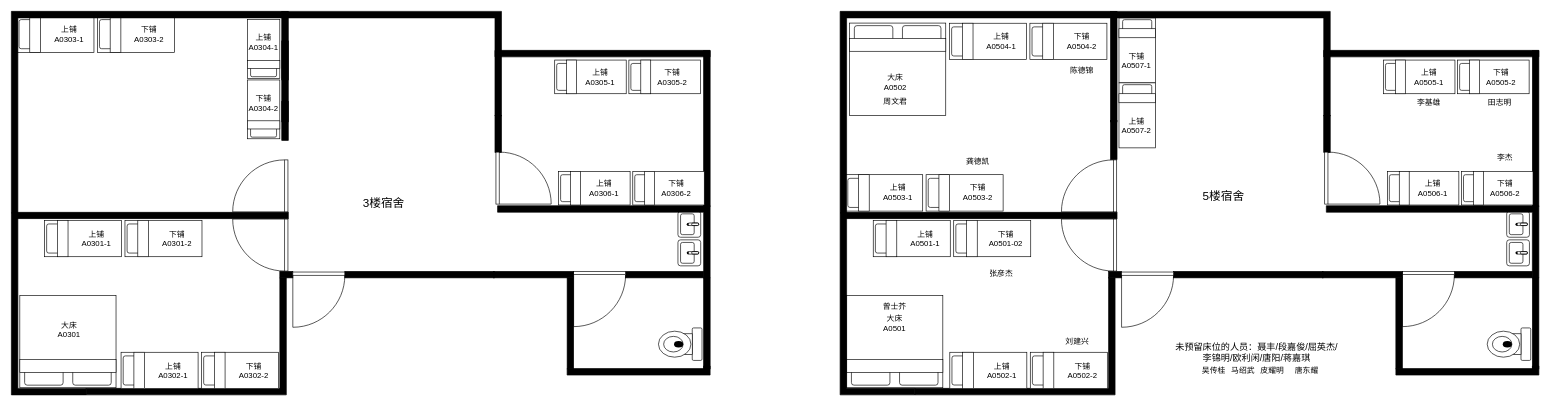
Above: data/宿舍.drawio in chenyanxi/hosts (draw.io), before the change. Source tidied: cells renumbered, new cells numbered last; positions are measured from the earlier drawing's top-left corner, leaving out a move shared by most shapes. Both pictures are drawn from the tidied source at 65%, with x=0, y=0 at pixel (11, -5).
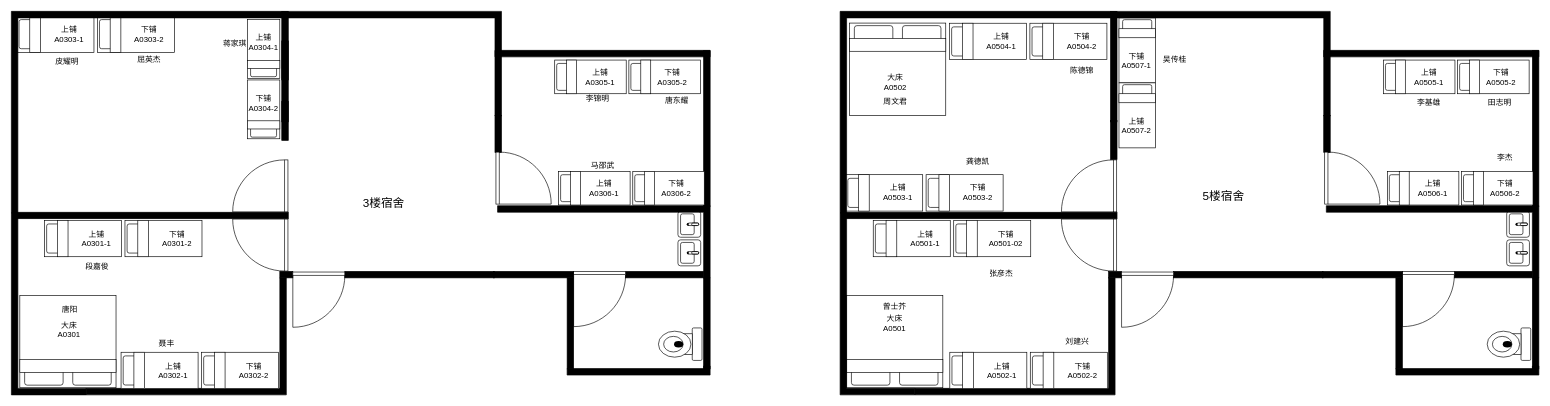
After the change.

The edit, as a diff of the source:
```diff
@@
     <mxCell id="121" value="吴传桂" style="text;html=1;align=center;verticalAlign=middle;whiteSpace=wrap;rounded=0;" parent="1" vertex="1">
-      <mxGeometry x="1820" y="561.5" width="60" height="30" as="geometry" />
+      <mxGeometry x="1760" y="84" width="60" height="30" as="geometry" />
     </mxCell>
@@
-    <mxCell id="125" value="&lt;font style=&quot;font-size: 14px;&quot;&gt;未预留床位的人员：聂丰/段嘉俊/屈英杰/李锦明/欧利闲/唐阳/蒋嘉琪&lt;/font&gt;" style="text;html=1;align=center;verticalAlign=middle;whiteSpace=wrap;rounded=0;" parent="1" vertex="1">
-      <mxGeometry x="1788" y="521.5" width="255.5" height="52.5" as="geometry" />
-    </mxCell>
+    <mxCell id="129" value="段嘉俊" style="text;whiteSpace=wrap;" parent="1" vertex="1">
+      <mxGeometry x="112.2" y="403" width="70" height="40" as="geometry" />
+    </mxCell>
+    <mxCell id="130" value="聂丰" style="text;whiteSpace=wrap;" parent="1" vertex="1">
+      <mxGeometry x="224.8" y="521.5" width="60" height="40" as="geometry" />
+    </mxCell>
+    <mxCell id="131" value="唐阳" style="text;whiteSpace=wrap;" parent="1" vertex="1">
+      <mxGeometry x="76.2" y="469" width="60" height="40" as="geometry" />
+    </mxCell>
+    <mxCell id="128" value="皮耀明" style="text;whiteSpace=wrap;" parent="1" vertex="1">
+      <mxGeometry x="66.2" y="87.2" width="70" height="40" as="geometry" />
+    </mxCell>
+    <mxCell id="132" value="屈英杰" style="text;whiteSpace=wrap;" parent="1" vertex="1">
+      <mxGeometry x="192" y="85.2" width="70" height="40" as="geometry" />
+    </mxCell>
+    <mxCell id="133" value="蒋家琪" style="text;whiteSpace=wrap;" parent="1" vertex="1">
+      <mxGeometry x="323.8" y="59.5" width="70" height="40" as="geometry" />
+    </mxCell>
+    <mxCell id="134" value="李锦明" style="text;whiteSpace=wrap;" parent="1" vertex="1">
+      <mxGeometry x="882" y="145.2" width="70" height="40" as="geometry" />
+    </mxCell>
-    <mxCell id="126" value="唐东耀" style="text;html=1;align=center;verticalAlign=middle;whiteSpace=wrap;rounded=0;" parent="1" vertex="1">
-      <mxGeometry x="1910" y="561.5" width="165.5" height="30" as="geometry" />
+    <mxCell id="126" value="唐东耀" style="text;whiteSpace=wrap;" parent="1" vertex="1">
+      <mxGeometry x="1004" y="148.2" width="70" height="40" as="geometry" />
     </mxCell>
-    <mxCell id="127" value="马绍武" style="text;html=1;align=center;verticalAlign=middle;whiteSpace=wrap;rounded=0;" parent="1" vertex="1">
-      <mxGeometry x="1864.5" y="561.5" width="60" height="30" as="geometry" />
-    </mxCell>
-    <mxCell id="128" value="皮耀明" style="text;html=1;align=center;verticalAlign=middle;whiteSpace=wrap;rounded=0;" parent="1" vertex="1">
-      <mxGeometry x="1910" y="561.5" width="60" height="30" as="geometry" />
-    </mxCell>
+    <mxCell id="135" value="马邵武" style="text;whiteSpace=wrap;" parent="1" vertex="1">
+      <mxGeometry x="890" y="248.2" width="70" height="40" as="geometry" />
+    </mxCell>
```
